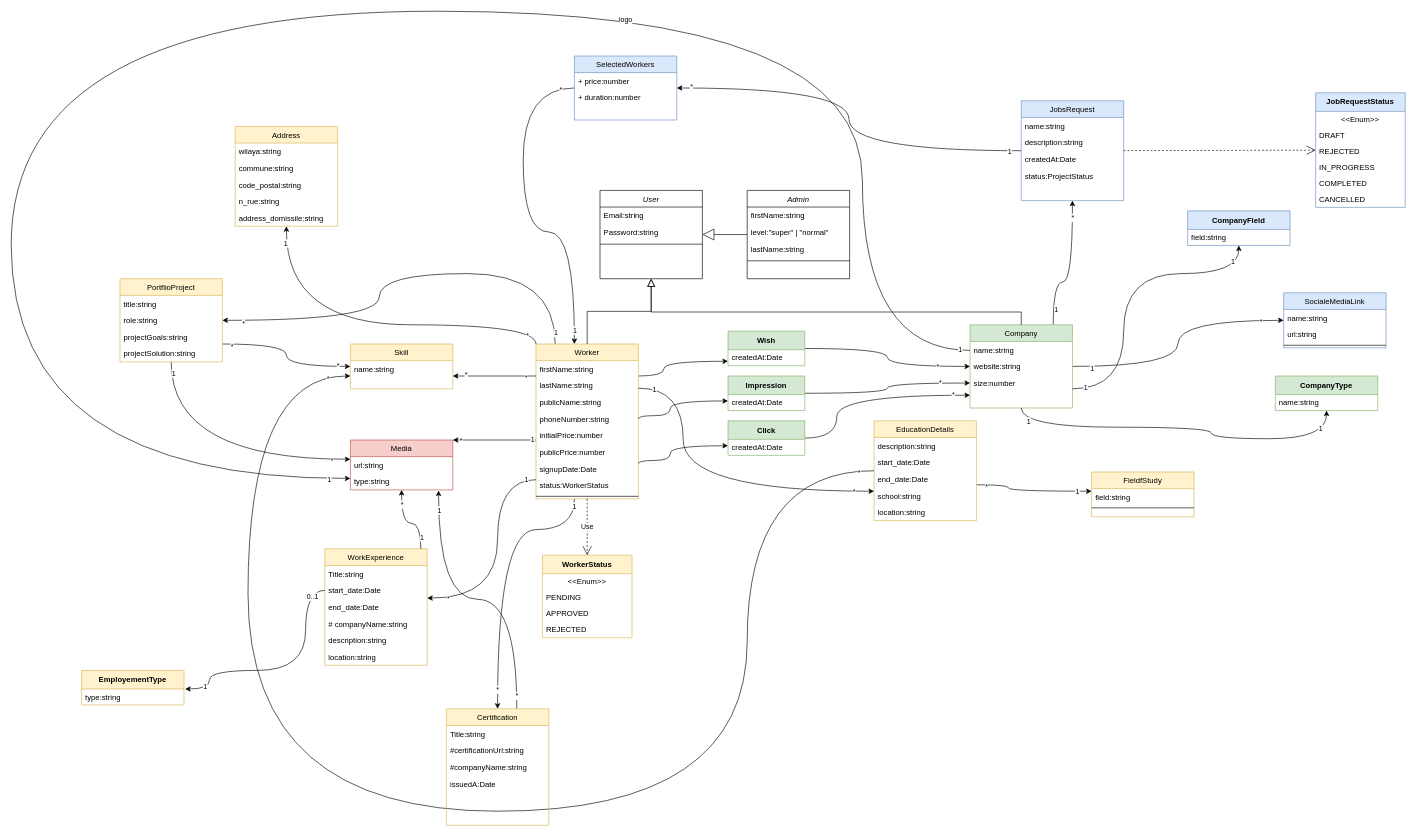
stormsidali2001/outsourcing-plateform-4th-year-project keeps this draw.io diagram as Diagramme sans nom.drawio. Above is the earlier version. Source tidied: cells renumbered, new cells numbered last; positions are measured from the earlier drawing's top-left corner, leaving out a move shared by most shapes. Both pictures are drawn from the tidied source at 64%, with x=0, y=0 at pixel (11, 11).
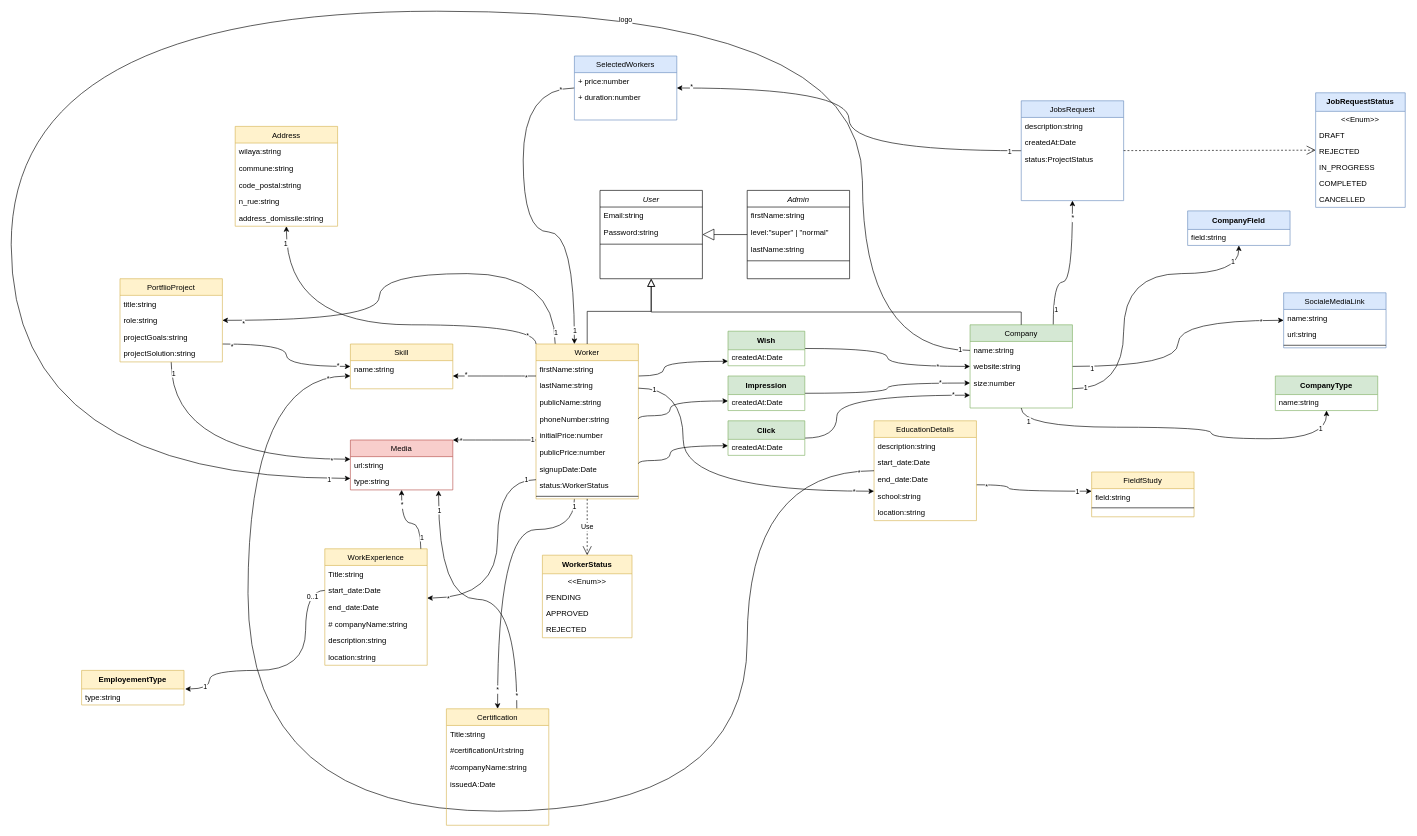
After the change.

Commit message:
Mettre à jour Diagramme sans nom.drawio

Unchanged cells that the change refers to:
```xml
<mxCell id="115" value="JobsRequest" style="swimlane;fontStyle=0;align=center;verticalAlign=top;horizontal=1;startSize=26;rounded=0;shadow=0;strokeWidth=1;fillColor=#dae8fc;strokeColor=#6c8ebf;" parent="1" vertex="1">
  <mxGeometry x="1578.2" y="140" width="160" height="156" as="geometry" />
</mxCell>
```

The edit, as a diff of the source:
```diff
@@
-    <mxCell id="116" value="name:string" style="text;align=left;verticalAlign=top;spacingLeft=4;spacingRight=4;overflow=hidden;" parent="115" vertex="1">
-      <mxGeometry y="26" width="160" height="26" as="geometry" />
-    </mxCell>
     <mxCell id="117" value="description:string" style="text;align=left;verticalAlign=top;spacingLeft=4;spacingRight=4;overflow=hidden;" parent="115" vertex="1">
-      <mxGeometry y="52" width="160" height="26" as="geometry" />
+      <mxGeometry y="26" width="160" height="26" as="geometry" />
     </mxCell>
     <mxCell id="118" value="createdAt:Date" style="text;align=left;verticalAlign=top;spacingLeft=4;spacingRight=4;overflow=hidden;" parent="115" vertex="1">
-      <mxGeometry y="78" width="160" height="26" as="geometry" />
+      <mxGeometry y="52" width="160" height="26" as="geometry" />
     </mxCell>
     <mxCell id="119" value="status:ProjectStatus" style="text;align=left;verticalAlign=top;spacingLeft=4;spacingRight=4;overflow=hidden;" parent="115" vertex="1">
-      <mxGeometry y="104" width="160" height="26" as="geometry" />
+      <mxGeometry y="78" width="160" height="26" as="geometry" />
     </mxCell>
```
